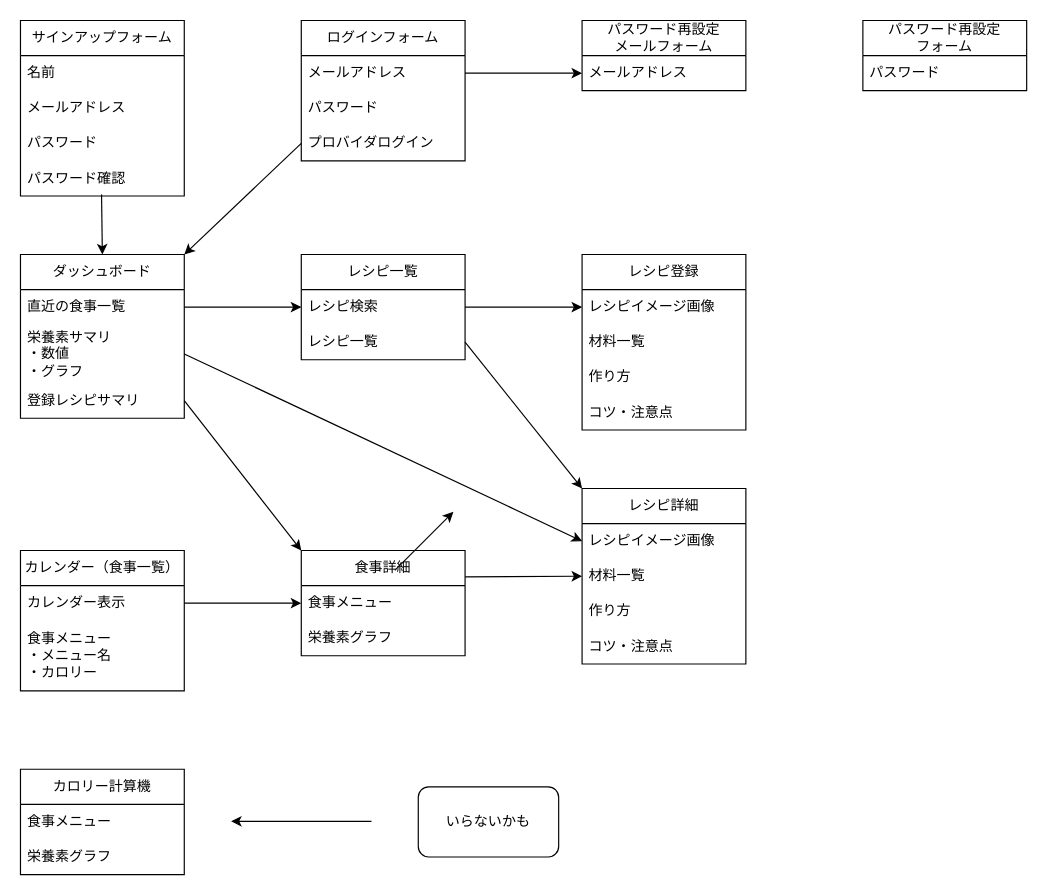
shou1027/cookma keeps this draw.io diagram as docs/画面遷移図.drawio. Above is the earlier version. Source tidied: cells renumbered, new cells numbered last; positions are measured from the earlier drawing's top-left corner, leaving out a move shared by most shapes. Both pictures are drawn from the tidied source at 117%, with x=0, y=0 at pixel (20, 20).
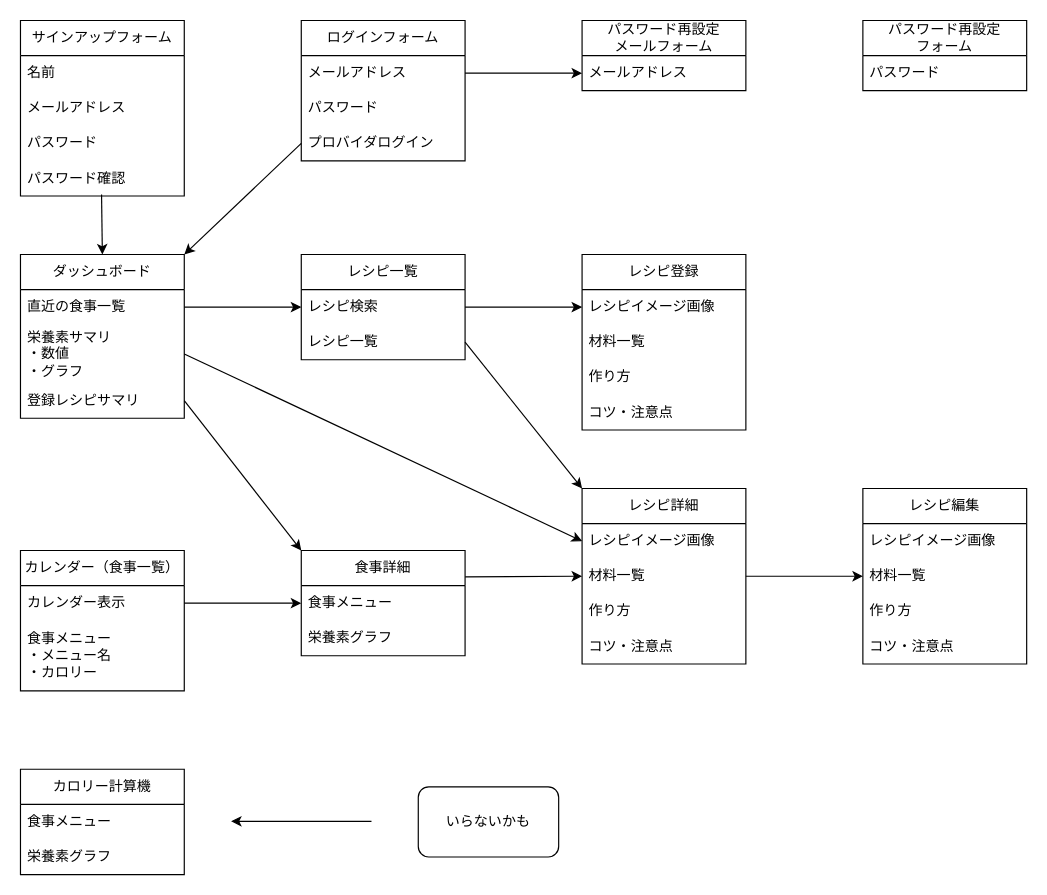
After the change.

Commit message:
レシピ編集追加

The change refers to these unchanged cells:
```xml
<mxCell id="8" value="材料一覧" style="text;strokeColor=none;fillColor=none;align=left;verticalAlign=middle;spacingLeft=4;spacingRight=4;overflow=hidden;points=[[0,0.5],[1,0.5]];portConstraint=eastwest;whiteSpace=wrap;html=1;" parent="6" vertex="1">
  <mxGeometry y="60" width="140" height="30" as="geometry" />
</mxCell>
```

What changed in the source:
```diff
@@
-    <mxCell id="51" style="endArrow=classic;html=1;" parent="1" edge="1">
-      <mxGeometry relative="1" as="geometry">
-        <mxPoint x="320" y="470" as="sourcePoint" />
-        <mxPoint x="370" y="420" as="targetPoint" />
-      </mxGeometry>
-    </mxCell>
@@
+    <mxCell id="54" value="レシピ編集" style="swimlane;fontStyle=0;horizontal=1;startSize=30;whiteSpace=wrap;html=1;" parent="1" vertex="1">
+      <mxGeometry x="720" y="400" width="140" height="150" as="geometry" />
+    </mxCell>
+    <mxCell id="55" value="レシピイメージ画像" style="text;strokeColor=none;fillColor=none;align=left;verticalAlign=middle;spacingLeft=4;spacingRight=4;overflow=hidden;whiteSpace=wrap;html=1;" parent="54" vertex="1">
+      <mxGeometry y="30" width="140" height="30" as="geometry" />
+    </mxCell>
+    <mxCell id="56" value="材料一覧" style="text;strokeColor=none;fillColor=none;align=left;verticalAlign=middle;spacingLeft=4;spacingRight=4;overflow=hidden;points=[[0,0.5],[1,0.5]];portConstraint=eastwest;whiteSpace=wrap;html=1;" parent="54" vertex="1">
+      <mxGeometry y="60" width="140" height="30" as="geometry" />
+    </mxCell>
+    <mxCell id="57" value="作り方" style="text;strokeColor=none;fillColor=none;align=left;verticalAlign=middle;spacingLeft=4;spacingRight=4;overflow=hidden;whiteSpace=wrap;html=1;" parent="54" vertex="1">
+      <mxGeometry y="90" width="140" height="30" as="geometry" />
+    </mxCell>
+    <mxCell id="58" value="コツ・注意点" style="text;strokeColor=none;fillColor=none;align=left;verticalAlign=middle;spacingLeft=4;spacingRight=4;overflow=hidden;whiteSpace=wrap;html=1;" parent="54" vertex="1">
+      <mxGeometry y="120" width="140" height="30" as="geometry" />
+    </mxCell>
+    <mxCell id="59" style="edgeStyle=none;html=1;exitX=1;exitY=0.5;exitDx=0;exitDy=0;entryX=0;entryY=0.5;entryDx=0;entryDy=0;" parent="1" edge="1" source="8" target="56">
+      <mxGeometry relative="1" as="geometry" />
+    </mxCell>
```
